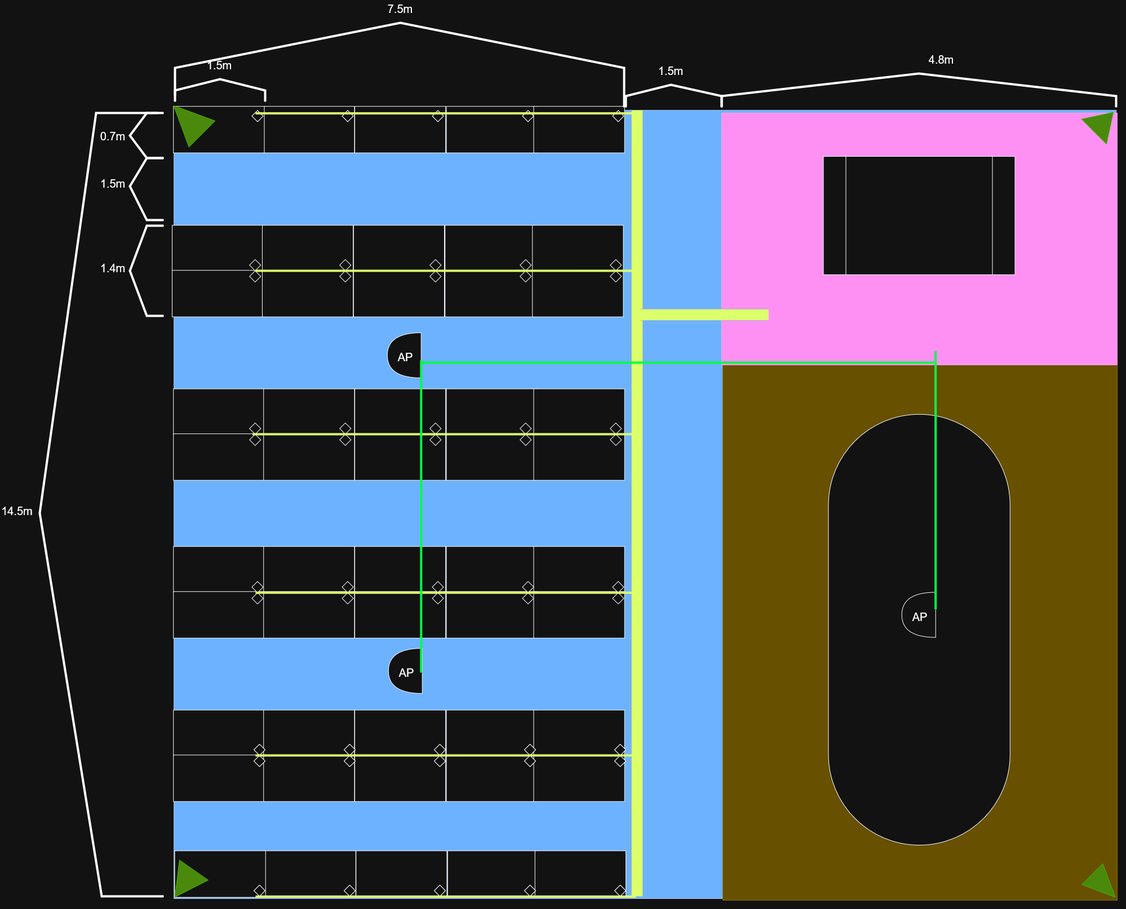
This is NETWORK.drawio.png from matin0084/startup-office-network-design, a draw.io export, as it was before one commit. Source tidied: cells renumbered, new cells last; positions are measured from the earlier drawing's top-left corner, leaving out a move shared by most shapes.
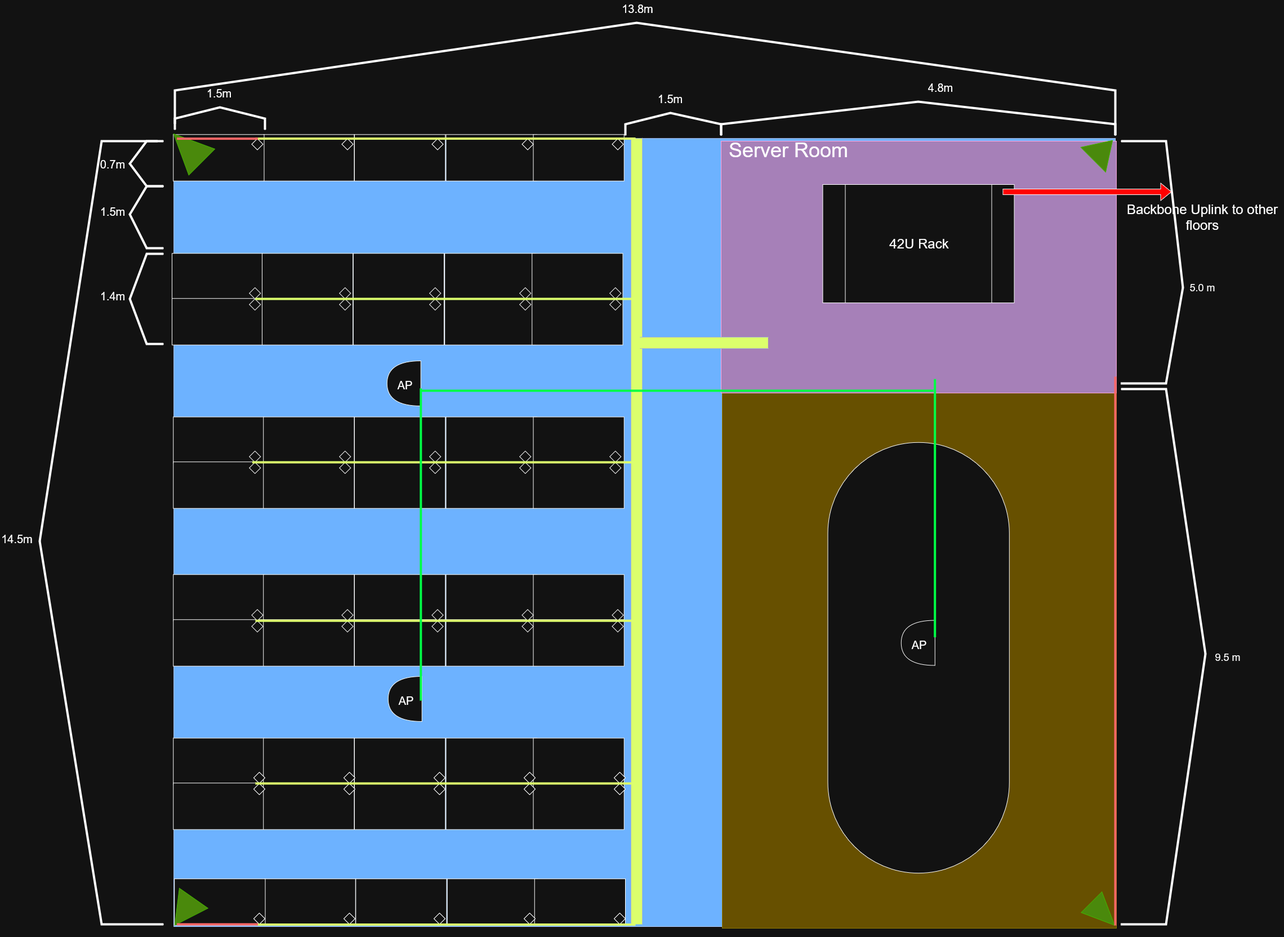
Above is the later version.

The edit, as a diff of the source:
```diff
@@ -26,7 +26,7 @@
     <mxCell id="9" style="rhombus;whiteSpace=wrap;html=1;" parent="1" vertex="1">
       <mxGeometry x="1082.2" y="585" width="20" height="20" as="geometry" />
     </mxCell>
-    <mxCell id="10" style="rounded=0;whiteSpace=wrap;html=1;fillColor=#d80073;fontColor=#ffffff;strokeColor=#A50040;" parent="1" vertex="1">
+    <mxCell id="10" style="rounded=0;whiteSpace=wrap;html=1;fillColor=light-dark(#D80073,#A680B8);fontColor=#ffffff;strokeColor=#A50040;" parent="1" vertex="1">
       <mxGeometry x="1280" y="325" width="701.9" height="447" as="geometry" />
     </mxCell>
     <mxCell id="11" style="rounded=0;whiteSpace=wrap;html=1;rotation=90;" parent="1" vertex="1">
@@ -382,16 +382,16 @@
     <mxCell id="116" style="endArrow=none;html=1;rounded=0;strokeWidth=4;" parent="1" edge="1">
       <mxGeometry relative="1" as="geometry">
         <mxPoint x="310" y="295" as="sourcePoint" />
-        <mxPoint x="1107" y="315" as="targetPoint" />
+        <mxPoint x="1980" y="315" as="targetPoint" />
         <Array as="points">
-          <mxPoint x="310" y="245" />
-          <mxPoint x="710" y="165" />
-          <mxPoint x="1107" y="245" />
+          <mxPoint x="310" y="235" />
+          <mxPoint x="1130" y="115" />
+          <mxPoint x="1980" y="235" />
         </Array>
       </mxGeometry>
     </mxCell>
-    <mxCell id="117" value="&lt;font style=&quot;font-size: 20px;&quot;&gt;7.5m&lt;/font&gt;" style="text;html=1;whiteSpace=wrap;strokeColor=none;fillColor=none;align=center;verticalAlign=middle;rounded=0;" parent="1" vertex="1">
-      <mxGeometry x="679.7" y="125" width="60" height="30" as="geometry" />
+    <mxCell id="117" value="&lt;font style=&quot;font-size: 20px;&quot;&gt;13.8m&lt;/font&gt;" style="text;html=1;whiteSpace=wrap;strokeColor=none;fillColor=none;align=center;verticalAlign=middle;rounded=0;" parent="1" vertex="1">
+      <mxGeometry x="1102.2" y="75" width="60" height="30" as="geometry" />
     </mxCell>
     <mxCell id="118" style="endArrow=none;html=1;rounded=0;strokeWidth=4;" parent="1" edge="1">
       <mxGeometry relative="1" as="geometry">
@@ -400,7 +400,7 @@
         <Array as="points">
           <mxPoint x="180" y="1715" />
           <mxPoint x="70" y="1035" />
-          <mxPoint x="170" y="325" />
+          <mxPoint x="180" y="325" />
         </Array>
       </mxGeometry>
     </mxCell>
@@ -472,7 +472,7 @@
       <mxGeometry x="1240" y="569.8" width="20" height="226.7" as="geometry" />
     </mxCell>
     <mxCell id="136" style="shape=partialRectangle;whiteSpace=wrap;html=1;right=0;top=0;bottom=0;fillColor=none;routingCenterX=-0.5;strokeColor=light-dark(#56517E,#DCFF6C);rotation=90;strokeWidth=4;" parent="1" vertex="1">
-      <mxGeometry x="780.6" y="0.1" width="20" height="671.1" as="geometry" />
+      <mxGeometry x="780.5" y="-5" width="20" height="671.1" as="geometry" />
     </mxCell>
     <mxCell id="137" style="shape=partialRectangle;whiteSpace=wrap;html=1;right=0;top=0;bottom=0;fillColor=none;routingCenterX=-0.5;strokeColor=light-dark(#56517E,#DCFF6C);rotation=90;strokeWidth=4;" parent="1" vertex="1">
       <mxGeometry x="780.2" y="279.8" width="20" height="670.5" as="geometry" />
@@ -498,5 +498,57 @@
     <mxCell id="144" style="shape=partialRectangle;whiteSpace=wrap;html=1;right=0;top=0;bottom=0;fillColor=none;routingCenterX=-0.5;strokeColor=light-dark(#56517E,#00FF45);rotation=-180;strokeWidth=4;" parent="1" vertex="1">
       <mxGeometry x="1639.7" y="749.3" width="20" height="454.3" as="geometry" />
     </mxCell>
+    <mxCell id="145" style="shape=partialRectangle;whiteSpace=wrap;html=1;right=0;top=0;bottom=0;fillColor=none;routingCenterX=-0.5;strokeColor=light-dark(#56517E,#FF6666);rotation=-90;strokeWidth=4;" parent="1" vertex="1">
+      <mxGeometry x="383.4" y="1642.8" width="4.4" height="140" as="geometry" />
+    </mxCell>
+    <mxCell id="146" style="shape=partialRectangle;whiteSpace=wrap;html=1;right=0;top=0;bottom=0;fillColor=none;routingCenterX=-0.5;strokeColor=light-dark(#56517E,#FF6666);rotation=-90;strokeWidth=4;" parent="1" vertex="1">
+      <mxGeometry x="375.6" y="240.6" width="20" height="140" as="geometry" />
+    </mxCell>
+    <mxCell id="147" style="shape=partialRectangle;whiteSpace=wrap;html=1;right=0;top=0;bottom=0;fillColor=none;routingCenterX=-0.5;strokeColor=light-dark(#56517E,#FF6666);rotation=-180;strokeWidth=4;" parent="1" vertex="1">
+      <mxGeometry x="1975.6" y="745" width="4.4" height="970" as="geometry" />
+    </mxCell>
+    <mxCell id="148" value="&lt;font style=&quot;font-size: 24px;&quot;&gt;42U Rack&lt;/font&gt;" style="text;html=1;whiteSpace=wrap;strokeColor=none;fillColor=none;align=center;verticalAlign=middle;rounded=0;" parent="1" vertex="1">
+      <mxGeometry x="1576.9" y="482" width="110" height="50" as="geometry" />
+    </mxCell>
+    <mxCell id="149" value="&lt;font style=&quot;font-size: 36px;&quot;&gt;Server Room&lt;/font&gt;" style="text;html=1;whiteSpace=wrap;strokeColor=none;fillColor=none;align=center;verticalAlign=middle;rounded=0;" parent="1" vertex="1">
+      <mxGeometry x="1280" y="325.9" width="240" height="30" as="geometry" />
+    </mxCell>
+    <mxCell id="150" style="shape=flexArrow;endArrow=classic;html=1;rounded=0;fillColor=light-dark(transparent,#FF0000);" parent="1" edge="1">
+      <mxGeometry relative="1" as="geometry">
+        <mxPoint x="1780" y="415" as="sourcePoint" />
+        <mxPoint x="2080" y="415" as="targetPoint" />
+      </mxGeometry>
+    </mxCell>
+    <mxCell id="151" value="&lt;font style=&quot;font-size: 24px;&quot;&gt;Backbone Uplink to other floors&lt;/font&gt;" style="text;html=1;whiteSpace=wrap;strokeColor=none;fillColor=none;align=center;verticalAlign=middle;rounded=0;" parent="1" vertex="1">
+      <mxGeometry x="1990" y="445" width="290" height="30" as="geometry" />
+    </mxCell>
+    <mxCell id="152" style="endArrow=none;html=1;rounded=0;strokeWidth=4;" parent="1" edge="1">
+      <mxGeometry relative="1" as="geometry">
+        <mxPoint x="1990" y="1715" as="sourcePoint" />
+        <mxPoint x="1990" y="765" as="targetPoint" />
+        <Array as="points">
+          <mxPoint x="2070" y="1715" />
+          <mxPoint x="2140" y="1235" />
+          <mxPoint x="2070" y="765" />
+        </Array>
+      </mxGeometry>
+    </mxCell>
+    <mxCell id="153" value="&lt;div&gt;&lt;font style=&quot;font-size: 18px;&quot;&gt;9.5 m&lt;/font&gt;&lt;/div&gt;" style="text;html=1;whiteSpace=wrap;strokeColor=none;fillColor=none;align=center;verticalAlign=middle;rounded=0;" parent="1" vertex="1">
+      <mxGeometry x="2150" y="1225.6" width="60" height="30" as="geometry" />
+    </mxCell>
+    <mxCell id="154" style="endArrow=none;html=1;rounded=0;strokeWidth=4;" parent="1" edge="1">
+      <mxGeometry relative="1" as="geometry">
+        <mxPoint x="1990" y="755" as="sourcePoint" />
+        <mxPoint x="1990" y="325" as="targetPoint" />
+        <Array as="points">
+          <mxPoint x="2070" y="755" />
+          <mxPoint x="2100" y="585" />
+          <mxPoint x="2070" y="325" />
+        </Array>
+      </mxGeometry>
+    </mxCell>
+    <mxCell id="155" value="&lt;div&gt;&lt;font style=&quot;font-size: 18px;&quot;&gt;5.0 m&lt;/font&gt;&lt;/div&gt;" style="text;html=1;whiteSpace=wrap;strokeColor=none;fillColor=none;align=center;verticalAlign=middle;rounded=0;" parent="1" vertex="1">
+      <mxGeometry x="2105" y="569.8" width="60" height="30" as="geometry" />
+    </mxCell>
   </root>
 </mxGraphModel>
```
